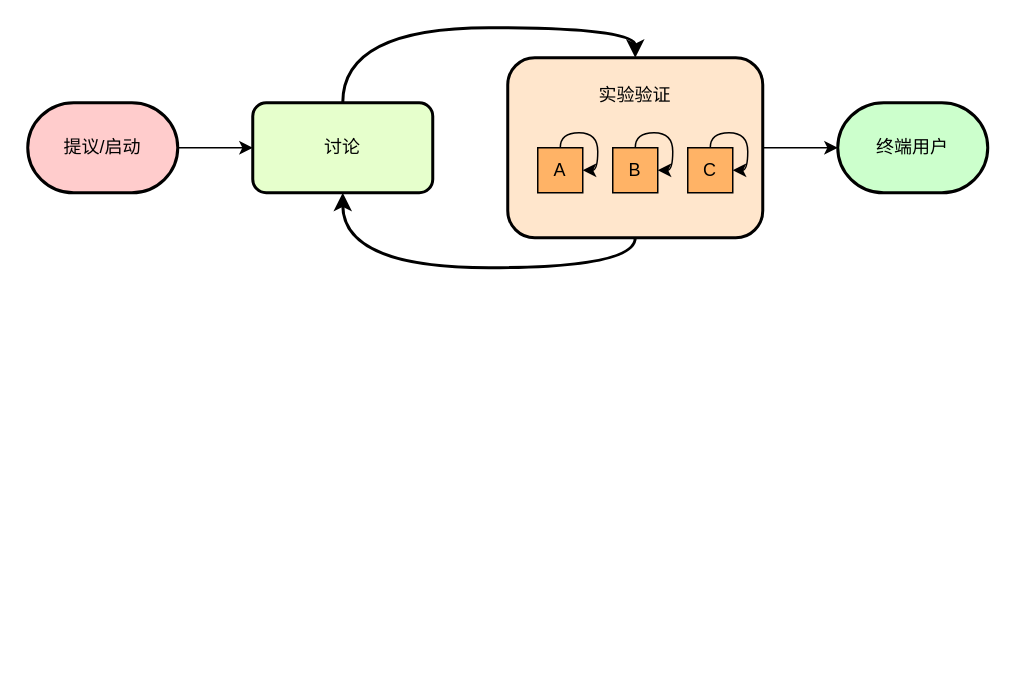
The draw.io diagram work/k2.drawio in pkufool/drawio, before the edit. Source tidied: cells renumbered, new cells numbered last; positions are measured from the earlier drawing's top-left corner, leaving out a move shared by most shapes. Both pictures are drawn from the tidied source at 150%, with x=0, y=0 at pixel (27, 57).
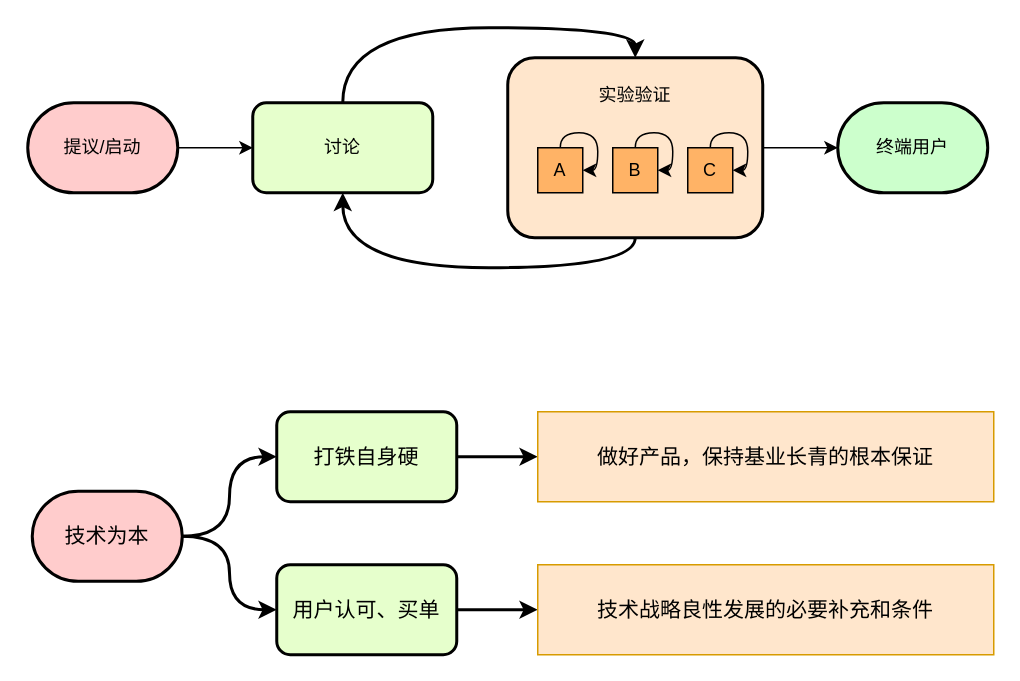
The same diagram, later.

The edit, as a diff of the source:
```diff
@@
+    <mxCell id="17" style="edgeStyle=orthogonalEdgeStyle;rounded=0;jettySize=auto;html=1;exitX=1;exitY=0.5;exitDx=0;exitDy=0;exitPerimeter=0;entryX=0;entryY=0.5;entryDx=0;entryDy=0;curved=1;strokeWidth=2;" parent="1" edge="1" source="19" target="21">
+      <mxGeometry relative="1" as="geometry" />
+    </mxCell>
+    <mxCell id="18" style="edgeStyle=orthogonalEdgeStyle;rounded=0;jettySize=auto;html=1;exitX=1;exitY=0.5;exitDx=0;exitDy=0;exitPerimeter=0;entryX=0;entryY=0.5;entryDx=0;entryDy=0;curved=1;strokeWidth=2;" parent="1" edge="1" source="19" target="23">
+      <mxGeometry relative="1" as="geometry" />
+    </mxCell>
+    <mxCell id="19" value="&lt;font style=&quot;font-size: 14px;&quot;&gt;技术为本&lt;/font&gt;" style="strokeWidth=2;html=1;shape=mxgraph.flowchart.terminator;whiteSpace=wrap;fillColor=#FFCCCC;" parent="1" vertex="1">
+      <mxGeometry x="3" y="289" width="100" height="60" as="geometry" />
+    </mxCell>
+    <mxCell id="20" style="edgeStyle=orthogonalEdgeStyle;rounded=0;jettySize=auto;html=1;exitX=1;exitY=0.5;exitDx=0;exitDy=0;entryX=0;entryY=0.5;entryDx=0;entryDy=0;strokeWidth=2;" parent="1" edge="1" source="21" target="24">
+      <mxGeometry relative="1" as="geometry" />
+    </mxCell>
+    <mxCell id="21" value="&lt;font style=&quot;font-size: 14px;&quot;&gt;打铁自身硬&lt;/font&gt;" style="rounded=1;whiteSpace=wrap;html=1;strokeWidth=2;fillColor=#E6FFCC;" parent="1" vertex="1">
+      <mxGeometry x="166" y="236" width="120" height="60" as="geometry" />
+    </mxCell>
+    <mxCell id="22" style="edgeStyle=orthogonalEdgeStyle;rounded=0;jettySize=auto;html=1;exitX=1;exitY=0.5;exitDx=0;exitDy=0;entryX=0;entryY=0.5;entryDx=0;entryDy=0;strokeWidth=2;" parent="1" edge="1" source="23" target="25">
+      <mxGeometry relative="1" as="geometry" />
+    </mxCell>
+    <mxCell id="23" value="&lt;font style=&quot;font-size: 14px;&quot;&gt;用户认可、买单&lt;/font&gt;" style="rounded=1;whiteSpace=wrap;html=1;strokeWidth=2;fillColor=#E6FFCC;" parent="1" vertex="1">
+      <mxGeometry x="166" y="338" width="120" height="60" as="geometry" />
+    </mxCell>
+    <mxCell id="24" value="&lt;font style=&quot;font-size: 14px;&quot;&gt;做好产品，保持基业长青的根本保证&lt;/font&gt;" style="rounded=0;whiteSpace=wrap;html=1;fillColor=#ffe6cc;strokeColor=#d79b00;" parent="1" vertex="1">
+      <mxGeometry x="340" y="236" width="304" height="60" as="geometry" />
+    </mxCell>
+    <mxCell id="25" value="&lt;font style=&quot;font-size: 14px;&quot;&gt;技术战略良性发展的必要补充和条件&lt;/font&gt;" style="rounded=0;whiteSpace=wrap;html=1;fillColor=#ffe6cc;strokeColor=#d79b00;" parent="1" vertex="1">
+      <mxGeometry x="340" y="338" width="304" height="60" as="geometry" />
+    </mxCell>
```
